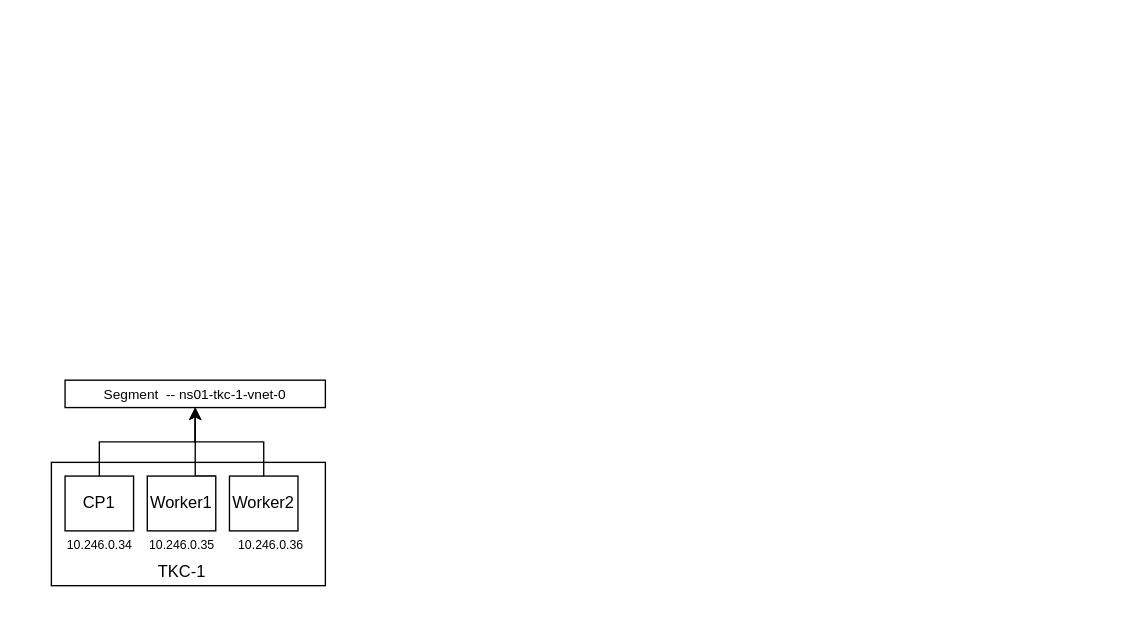
This is WCP TRACE.drawio from balaji3110/tkc, a draw.io file, before an edit. Source tidied: cells renumbered, new cells numbered last; positions are measured from the earlier drawing's top-left corner, leaving out a move shared by most shapes. Both pictures are drawn from the tidied source at 137%, with x=0, y=0 at pixel (51, 379).
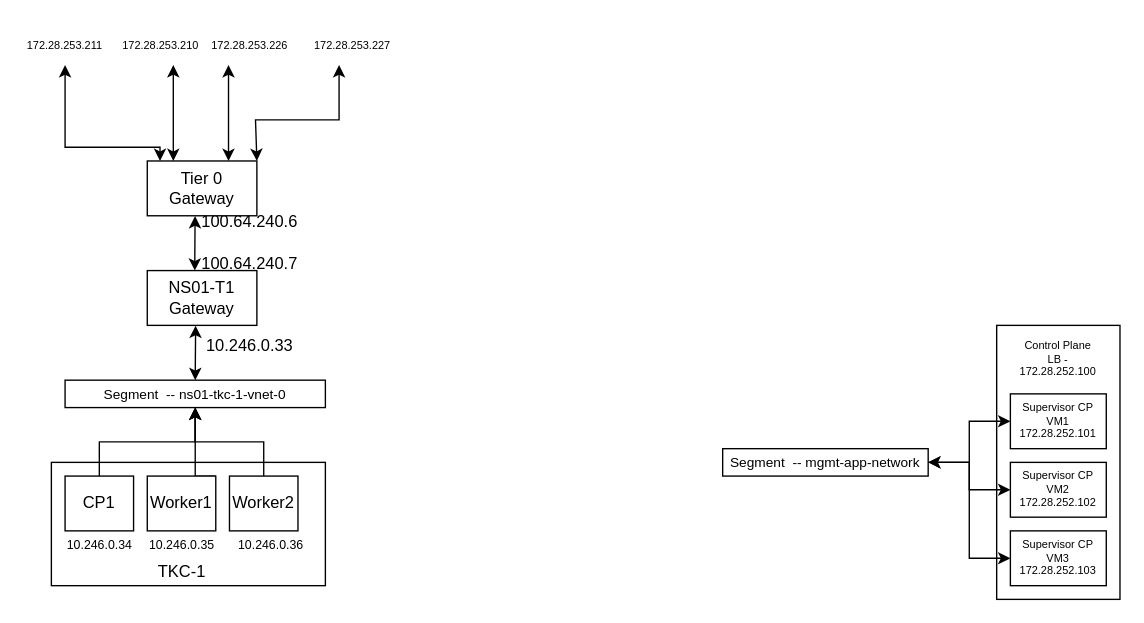
The same page after the edit.

The change refers to these unchanged cells:
```xml
<mxCell id="13" value="&lt;font style=&quot;font-size: 10px&quot;&gt;Segment&amp;nbsp; --&amp;nbsp;&lt;span&gt;ns01-tkc-1-vnet-0&lt;/span&gt;&lt;/font&gt;" style="rounded=0;whiteSpace=wrap;html=1;fontSize=9;" parent="1" vertex="1">
  <mxGeometry x="10" width="190" height="20" as="geometry" />
</mxCell>
```

Diff of the diagram source:
```diff
@@
+    <mxCell id="14" value="NS01-T1 Gateway" style="rounded=0;whiteSpace=wrap;html=1;" parent="1" vertex="1">
+      <mxGeometry x="70" y="-80" width="80" height="40" as="geometry" />
+    </mxCell>
+    <mxCell id="15" style="endArrow=classic;startArrow=classic;html=1;rounded=0;entryX=0.441;entryY=1.005;entryDx=0;entryDy=0;entryPerimeter=0;exitX=0.5;exitY=0;exitDx=0;exitDy=0;" parent="1" edge="1" source="13" target="14">
+      <mxGeometry relative="1" as="geometry" />
+    </mxCell>
+    <mxCell id="16" value="10.246.0.33" style="text;html=1;strokeColor=none;fillColor=none;align=center;verticalAlign=middle;whiteSpace=wrap;rounded=0;" parent="1" vertex="1">
+      <mxGeometry x="80" y="-30" width="130" height="10" as="geometry" />
+    </mxCell>
+    <mxCell id="17" style="endArrow=classic;startArrow=classic;html=1;rounded=0;entryX=0.441;entryY=1.005;entryDx=0;entryDy=0;entryPerimeter=0;exitX=0.5;exitY=0;exitDx=0;exitDy=0;" parent="1" edge="1">
+      <mxGeometry relative="1" as="geometry">
+        <mxPoint x="104.7" y="-80" as="sourcePoint" />
+        <mxPoint x="104.9" y="-119.8" as="targetPoint" />
+        <Array as="points">
+          <mxPoint x="104.7" y="-90" />
+        </Array>
+      </mxGeometry>
+    </mxCell>
+    <mxCell id="18" value="100.64.240.6" style="text;html=1;strokeColor=none;fillColor=none;align=center;verticalAlign=middle;whiteSpace=wrap;rounded=0;" parent="1" vertex="1">
+      <mxGeometry x="80" y="-120" width="130" height="10" as="geometry" />
+    </mxCell>
+    <mxCell id="19" value="Tier 0 Gateway" style="rounded=0;whiteSpace=wrap;html=1;" parent="1" vertex="1">
+      <mxGeometry x="70" y="-160" width="80" height="40" as="geometry" />
+    </mxCell>
+    <mxCell id="20" value="100.64.240.7" style="text;html=1;strokeColor=none;fillColor=none;align=center;verticalAlign=middle;whiteSpace=wrap;rounded=0;" parent="1" vertex="1">
+      <mxGeometry x="80" y="-90" width="130" height="10" as="geometry" />
+    </mxCell>
+    <mxCell id="21" style="endArrow=classic;startArrow=classic;html=1;rounded=0;exitX=0.5;exitY=0;exitDx=0;exitDy=0;" parent="1" edge="1">
+      <mxGeometry relative="1" as="geometry">
+        <mxPoint x="79.3" y="-160" as="sourcePoint" />
+        <mxPoint x="10" y="-230" as="targetPoint" />
+        <Array as="points">
+          <mxPoint x="79.3" y="-170" />
+          <mxPoint x="10" y="-170" />
+        </Array>
+      </mxGeometry>
+    </mxCell>
+    <mxCell id="22" style="endArrow=classic;startArrow=classic;html=1;rounded=0;" parent="1" edge="1">
+      <mxGeometry relative="1" as="geometry">
+        <mxPoint x="89" y="-160" as="sourcePoint" />
+        <mxPoint x="89" y="-230" as="targetPoint" />
+        <Array as="points">
+          <mxPoint x="89" y="-210" />
+        </Array>
+      </mxGeometry>
+    </mxCell>
+    <mxCell id="23" style="endArrow=classic;startArrow=classic;html=1;rounded=0;" parent="1" edge="1">
+      <mxGeometry relative="1" as="geometry">
+        <mxPoint x="129.3" y="-160" as="sourcePoint" />
+        <mxPoint x="129.3" y="-230" as="targetPoint" />
+        <Array as="points">
+          <mxPoint x="129.3" y="-210" />
+        </Array>
+      </mxGeometry>
+    </mxCell>
+    <mxCell id="24" style="endArrow=classic;startArrow=classic;html=1;rounded=0;exitX=1;exitY=0;exitDx=0;exitDy=0;" parent="1" edge="1" source="19">
+      <mxGeometry relative="1" as="geometry">
+        <mxPoint x="210" y="-230" as="targetPoint" />
+        <Array as="points">
+          <mxPoint x="149" y="-190" />
+          <mxPoint x="210" y="-190" />
+        </Array>
+      </mxGeometry>
+    </mxCell>
+    <mxCell id="25" value="&lt;font style=&quot;font-size: 8px&quot;&gt;172.28.253.211&lt;/font&gt;" style="text;html=1;strokeColor=none;fillColor=none;align=center;verticalAlign=middle;whiteSpace=wrap;rounded=0;" parent="1" vertex="1">
+      <mxGeometry x="-20" y="-260" width="60" height="30" as="geometry" />
+    </mxCell>
+    <mxCell id="26" value="&lt;font style=&quot;font-size: 8px&quot;&gt;172.28.253.210&lt;/font&gt;" style="text;html=1;strokeColor=none;fillColor=none;align=center;verticalAlign=middle;whiteSpace=wrap;rounded=0;" parent="1" vertex="1">
+      <mxGeometry x="50" y="-260" width="60" height="30" as="geometry" />
+    </mxCell>
+    <mxCell id="27" value="&lt;font style=&quot;font-size: 8px&quot;&gt;172.28.253.226&lt;/font&gt;" style="text;html=1;strokeColor=none;fillColor=none;align=center;verticalAlign=middle;whiteSpace=wrap;rounded=0;" parent="1" vertex="1">
+      <mxGeometry x="115" y="-260" width="60" height="30" as="geometry" />
+    </mxCell>
+    <mxCell id="28" value="&lt;font style=&quot;font-size: 8px&quot;&gt;172.28.253.227&lt;/font&gt;" style="text;html=1;strokeColor=none;fillColor=none;align=center;verticalAlign=middle;whiteSpace=wrap;rounded=0;" parent="1" vertex="1">
+      <mxGeometry x="190" y="-260" width="60" height="30" as="geometry" />
+    </mxCell>
+    <mxCell id="29" style="rounded=0;whiteSpace=wrap;html=1;fontSize=8;" parent="1" vertex="1">
+      <mxGeometry x="690" y="-40" width="90" height="200" as="geometry" />
+    </mxCell>
+    <mxCell id="30" value="Supervisor CP VM1&lt;br&gt;172.28.252.101" style="rounded=0;whiteSpace=wrap;html=1;fontSize=8;" parent="1" vertex="1">
+      <mxGeometry x="700" y="10" width="70" height="40" as="geometry" />
+    </mxCell>
+    <mxCell id="31" value="Supervisor CP VM2&lt;br&gt;172.28.252.102" style="rounded=0;whiteSpace=wrap;html=1;fontSize=8;" parent="1" vertex="1">
+      <mxGeometry x="700" y="60" width="70" height="40" as="geometry" />
+    </mxCell>
+    <mxCell id="32" value="Supervisor CP VM3&lt;br&gt;172.28.252.103" style="rounded=0;whiteSpace=wrap;html=1;fontSize=8;" parent="1" vertex="1">
+      <mxGeometry x="700" y="110" width="70" height="40" as="geometry" />
+    </mxCell>
+    <mxCell id="33" value="Control Plane LB - 172.28.252.100" style="text;html=1;strokeColor=none;fillColor=none;align=center;verticalAlign=middle;whiteSpace=wrap;rounded=0;fontSize=8;" parent="1" vertex="1">
+      <mxGeometry x="705" y="-30" width="60" height="30" as="geometry" />
+    </mxCell>
+    <mxCell id="34" style="edgeStyle=orthogonalEdgeStyle;rounded=0;jettySize=auto;html=1;exitX=1;exitY=0.5;exitDx=0;exitDy=0;fontSize=8;" parent="1" edge="1" source="35" target="30">
+      <mxGeometry relative="1" as="geometry" />
+    </mxCell>
+    <mxCell id="35" value="&lt;font style=&quot;font-size: 10px&quot;&gt;Segment&amp;nbsp; -- mgmt-app-network&lt;/font&gt;" style="rounded=0;whiteSpace=wrap;html=1;fontSize=9;" parent="1" vertex="1">
+      <mxGeometry x="490" y="50" width="150" height="20" as="geometry" />
+    </mxCell>
+    <mxCell id="36" style="endArrow=classic;startArrow=classic;html=1;rounded=0;fontSize=8;entryX=0;entryY=0.5;entryDx=0;entryDy=0;" parent="1" edge="1" target="31">
+      <mxGeometry relative="1" as="geometry">
+        <mxPoint x="640" y="60" as="sourcePoint" />
+        <Array as="points">
+          <mxPoint x="670" y="60" />
+          <mxPoint x="670" y="80" />
+        </Array>
+      </mxGeometry>
+    </mxCell>
+    <mxCell id="37" style="endArrow=classic;startArrow=classic;html=1;rounded=0;fontSize=8;exitX=0;exitY=0.5;exitDx=0;exitDy=0;" parent="1" edge="1" source="32">
+      <mxGeometry relative="1" as="geometry">
+        <mxPoint x="640" y="60" as="targetPoint" />
+        <Array as="points">
+          <mxPoint x="670" y="130" />
+          <mxPoint x="670" y="60" />
+        </Array>
+      </mxGeometry>
+    </mxCell>
```
